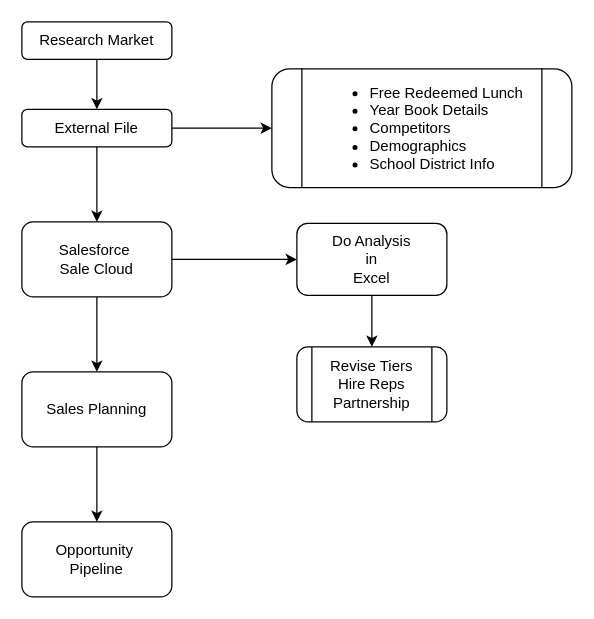
Earlier version of the draw.io diagram page "RM" (3 of 8) of 11.drawio (ai-next-zen/diagrams). Source tidied: cells renumbered, new cells numbered last; positions are measured from the earlier drawing's top-left corner, leaving out a move shared by most shapes. Both pictures are drawn from the tidied source at 125%, with x=0, y=0 at pixel (21, 21).
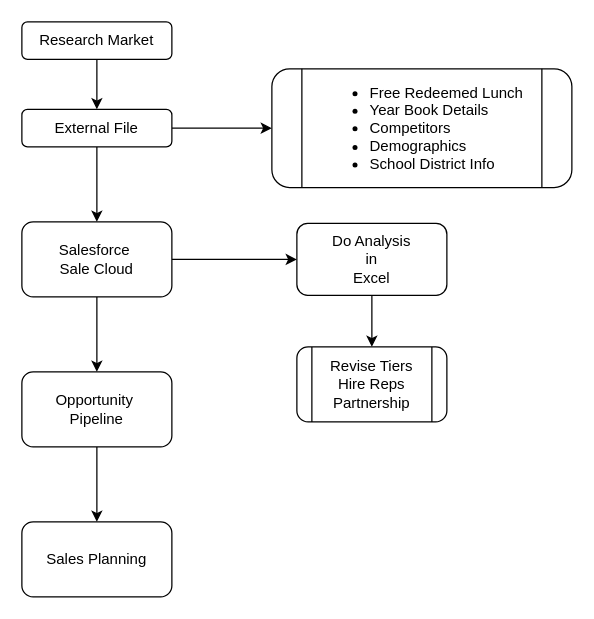
The same diagram, later.

What changed in the source:
```diff
@@
 <mxGraphModel>
   <root>
     <mxCell id="0" />
     <mxCell id="1" parent="0" />
     <mxCell id="2" style="edgeStyle=orthogonalEdgeStyle;rounded=0;jettySize=auto;html=1;entryX=0.5;entryY=0;entryDx=0;entryDy=0;" parent="1" edge="1" source="3" target="6">
       <mxGeometry relative="1" as="geometry" />
     </mxCell>
     <mxCell id="3" value="Research Market" style="rounded=1;whiteSpace=wrap;html=1;" parent="1" vertex="1">
       <mxGeometry width="120" height="30" as="geometry" />
     </mxCell>
     <mxCell id="4" style="edgeStyle=orthogonalEdgeStyle;rounded=0;jettySize=auto;html=1;" parent="1" edge="1" source="6" target="7">
       <mxGeometry relative="1" as="geometry" />
     </mxCell>
     <mxCell id="5" style="edgeStyle=orthogonalEdgeStyle;rounded=0;jettySize=auto;html=1;" parent="1" edge="1" source="6" target="12">
       <mxGeometry relative="1" as="geometry" />
     </mxCell>
     <mxCell id="6" value="External File" style="rounded=1;whiteSpace=wrap;html=1;" parent="1" vertex="1">
       <mxGeometry y="70" width="120" height="30" as="geometry" />
     </mxCell>
     <mxCell id="7" value="&lt;ul&gt;&lt;li&gt;Free Redeemed Lunch&lt;/li&gt;&lt;li style=&quot;text-align: left;&quot;&gt;Year Book Details&lt;/li&gt;&lt;li style=&quot;text-align: left;&quot;&gt;&lt;span style=&quot;background-color: transparent; color: light-dark(rgb(0, 0, 0), rgb(255, 255, 255));&quot;&gt;Competitors&lt;/span&gt;&lt;/li&gt;&lt;li style=&quot;text-align: left;&quot;&gt;&lt;span style=&quot;background-color: transparent; color: light-dark(rgb(0, 0, 0), rgb(255, 255, 255));&quot;&gt;Demographics&lt;/span&gt;&lt;/li&gt;&lt;li style=&quot;text-align: left;&quot;&gt;&lt;span style=&quot;background-color: transparent; color: light-dark(rgb(0, 0, 0), rgb(255, 255, 255));&quot;&gt;School District Info&amp;nbsp;&lt;/span&gt;&lt;/li&gt;&lt;/ul&gt;" style="shape=process;whiteSpace=wrap;html=1;backgroundOutline=1;rounded=1;" parent="1" vertex="1">
       <mxGeometry x="200" y="37.5" width="240" height="95" as="geometry" />
     </mxCell>
     <mxCell id="8" style="edgeStyle=orthogonalEdgeStyle;rounded=0;jettySize=auto;html=1;" parent="1" edge="1" source="9" target="13">
       <mxGeometry relative="1" as="geometry" />
     </mxCell>
     <mxCell id="9" value="Do Analysis&lt;div&gt;in&lt;/div&gt;&lt;div&gt;Excel&lt;/div&gt;" style="whiteSpace=wrap;html=1;rounded=1;" parent="1" vertex="1">
       <mxGeometry x="220" y="161.2" width="120" height="57.5" as="geometry" />
     </mxCell>
     <mxCell id="10" style="edgeStyle=orthogonalEdgeStyle;rounded=0;jettySize=auto;html=1;" parent="1" edge="1" source="12" target="9">
       <mxGeometry relative="1" as="geometry" />
     </mxCell>
     <mxCell id="11" style="edgeStyle=orthogonalEdgeStyle;rounded=0;jettySize=auto;html=1;" parent="1" edge="1" source="12" target="15">
       <mxGeometry relative="1" as="geometry" />
     </mxCell>
     <mxCell id="12" value="Salesforce&amp;nbsp;&lt;div&gt;Sale Cloud&lt;/div&gt;" style="whiteSpace=wrap;html=1;rounded=1;" parent="1" vertex="1">
       <mxGeometry y="160" width="120" height="60" as="geometry" />
     </mxCell>
     <mxCell id="13" value="Revise Tiers&lt;div&gt;Hire Reps&lt;/div&gt;&lt;div&gt;Partnership&lt;/div&gt;" style="shape=process;whiteSpace=wrap;html=1;backgroundOutline=1;rounded=1;" parent="1" vertex="1">
       <mxGeometry x="220" y="260" width="120" height="60" as="geometry" />
     </mxCell>
     <mxCell id="14" style="edgeStyle=orthogonalEdgeStyle;rounded=0;jettySize=auto;html=1;" parent="1" edge="1" source="15" target="16">
       <mxGeometry relative="1" as="geometry" />
     </mxCell>
-    <mxCell id="15" value="Sales Planning" style="whiteSpace=wrap;html=1;rounded=1;" parent="1" vertex="1">
+    <mxCell id="15" value="Opportunity&amp;nbsp;&lt;div&gt;Pipeline&lt;/div&gt;" style="whiteSpace=wrap;html=1;rounded=1;" parent="1" vertex="1">
       <mxGeometry y="280" width="120" height="60" as="geometry" />
     </mxCell>
-    <mxCell id="16" value="Opportunity&amp;nbsp;&lt;div&gt;Pipeline&lt;/div&gt;" style="whiteSpace=wrap;html=1;rounded=1;" parent="1" vertex="1">
+    <mxCell id="16" value="&lt;div&gt;Sales Planning&lt;/div&gt;" style="whiteSpace=wrap;html=1;rounded=1;" parent="1" vertex="1">
       <mxGeometry y="400" width="120" height="60" as="geometry" />
     </mxCell>
   </root>
 </mxGraphModel>
```
